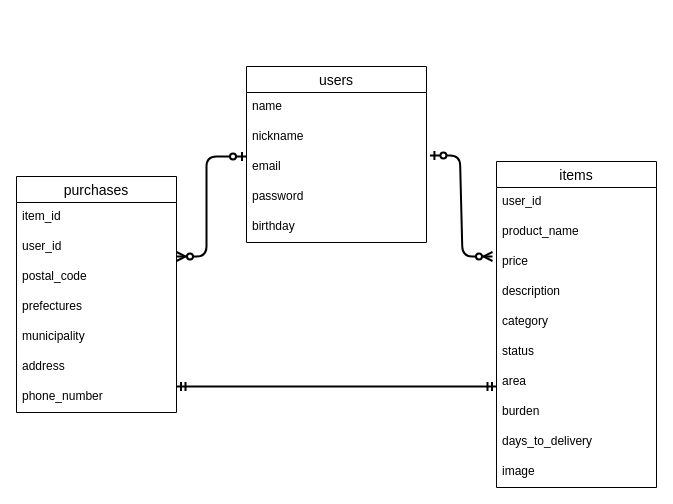
Above: ER.dio in kazukiyoo/furima-34481 (draw.io), before the change. Source tidied: cells renumbered, new cells numbered last; positions are measured from the earlier drawing's top-left corner, leaving out a move shared by most shapes. Both pictures are drawn from the tidied source at 100%, with x=0, y=0 at pixel (16, 66).
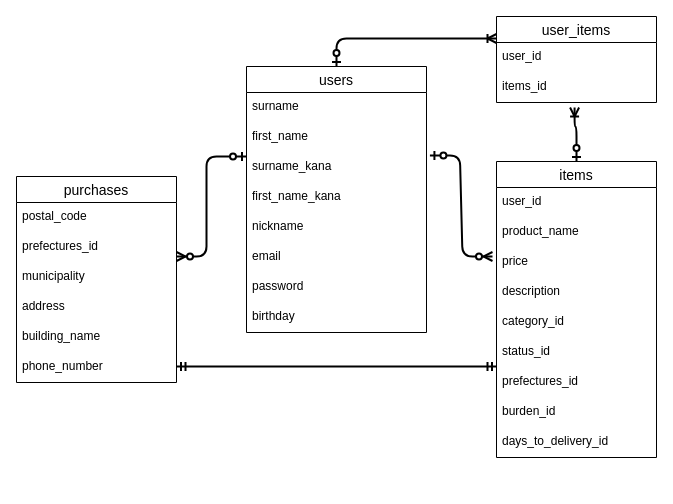
Above is the later version.

Commit message (it also covers changes not shown here):
テーブル設計の修正

Change to the diagram source:
```diff
@@
     <mxCell id="2" value="items" style="swimlane;fontStyle=0;horizontal=1;startSize=26;align=center;fontSize=14;" parent="1" vertex="1">
-      <mxGeometry x="480" y="95" width="160" height="326" as="geometry" />
+      <mxGeometry x="480" y="95" width="160" height="296" as="geometry" />
     </mxCell>
@@
-    <mxCell id="7" value="category" style="text;strokeColor=none;fillColor=none;spacingLeft=4;spacingRight=4;overflow=hidden;fontSize=12;" parent="2" vertex="1">
+    <mxCell id="7" value="category_id" style="text;strokeColor=none;fillColor=none;spacingLeft=4;spacingRight=4;overflow=hidden;fontSize=12;" parent="2" vertex="1">
       <mxGeometry y="146" width="160" height="30" as="geometry" />
     </mxCell>
-    <mxCell id="8" value="status" style="text;strokeColor=none;fillColor=none;spacingLeft=4;spacingRight=4;overflow=hidden;fontSize=12;" parent="2" vertex="1">
+    <mxCell id="8" value="status_id" style="text;strokeColor=none;fillColor=none;spacingLeft=4;spacingRight=4;overflow=hidden;fontSize=12;" parent="2" vertex="1">
       <mxGeometry y="176" width="160" height="30" as="geometry" />
     </mxCell>
-    <mxCell id="9" value="area" style="text;strokeColor=none;fillColor=none;spacingLeft=4;spacingRight=4;overflow=hidden;fontSize=12;" parent="2" vertex="1">
+    <mxCell id="9" value="prefectures_id" style="text;strokeColor=none;fillColor=none;spacingLeft=4;spacingRight=4;overflow=hidden;fontSize=12;" parent="2" vertex="1">
       <mxGeometry y="206" width="160" height="30" as="geometry" />
     </mxCell>
-    <mxCell id="10" value="burden" style="text;strokeColor=none;fillColor=none;spacingLeft=4;spacingRight=4;overflow=hidden;fontSize=12;" parent="2" vertex="1">
+    <mxCell id="10" value="burden_id" style="text;strokeColor=none;fillColor=none;spacingLeft=4;spacingRight=4;overflow=hidden;fontSize=12;" parent="2" vertex="1">
       <mxGeometry y="236" width="160" height="30" as="geometry" />
     </mxCell>
-    <mxCell id="11" value="days_to_delivery" style="text;strokeColor=none;fillColor=none;spacingLeft=4;spacingRight=4;overflow=hidden;fontSize=12;" parent="2" vertex="1">
+    <mxCell id="11" value="days_to_delivery_id" style="text;strokeColor=none;fillColor=none;spacingLeft=4;spacingRight=4;overflow=hidden;fontSize=12;" parent="2" vertex="1">
       <mxGeometry y="266" width="160" height="30" as="geometry" />
     </mxCell>
-    <mxCell id="12" value="image" style="text;strokeColor=none;fillColor=none;spacingLeft=4;spacingRight=4;overflow=hidden;fontSize=12;" parent="2" vertex="1">
-      <mxGeometry y="296" width="160" height="30" as="geometry" />
-    </mxCell>
     <mxCell id="13" value="purchases" style="swimlane;fontStyle=0;horizontal=1;startSize=26;align=center;fontSize=14;" parent="1" vertex="1">
-      <mxGeometry y="110" width="160" height="236" as="geometry" />
+      <mxGeometry y="110" width="160" height="206" as="geometry" />
     </mxCell>
-    <mxCell id="14" value="item_id" style="text;strokeColor=none;fillColor=none;spacingLeft=4;spacingRight=4;overflow=hidden;fontSize=12;" parent="13" vertex="1">
+    <mxCell id="14" value="postal_code" style="text;strokeColor=none;fillColor=none;spacingLeft=4;spacingRight=4;overflow=hidden;fontSize=12;" parent="13" vertex="1">
       <mxGeometry y="26" width="160" height="30" as="geometry" />
     </mxCell>
-    <mxCell id="15" value="user_id" style="text;strokeColor=none;fillColor=none;spacingLeft=4;spacingRight=4;overflow=hidden;fontSize=12;" parent="13" vertex="1">
+    <mxCell id="15" value="prefectures_id" style="text;strokeColor=none;fillColor=none;spacingLeft=4;spacingRight=4;overflow=hidden;fontSize=12;" parent="13" vertex="1">
       <mxGeometry y="56" width="160" height="30" as="geometry" />
     </mxCell>
-    <mxCell id="16" value="postal_code" style="text;strokeColor=none;fillColor=none;spacingLeft=4;spacingRight=4;overflow=hidden;fontSize=12;" parent="13" vertex="1">
-      <mxGeometry y="86" width="160" height="30" as="geometry" />
-    </mxCell>
-    <mxCell id="17" value="prefectures" style="text;strokeColor=none;fillColor=none;spacingLeft=4;spacingRight=4;overflow=hidden;fontSize=12;" parent="13" vertex="1">
-      <mxGeometry y="116" width="160" height="30" as="geometry" />
-    </mxCell>
     <mxCell id="18" value="municipality" style="text;strokeColor=none;fillColor=none;spacingLeft=4;spacingRight=4;overflow=hidden;fontSize=12;" parent="13" vertex="1">
-      <mxGeometry y="146" width="160" height="30" as="geometry" />
+      <mxGeometry y="86" width="160" height="30" as="geometry" />
     </mxCell>
     <mxCell id="19" value="address" style="text;strokeColor=none;fillColor=none;spacingLeft=4;spacingRight=4;overflow=hidden;fontSize=12;" parent="13" vertex="1">
-      <mxGeometry y="176" width="160" height="30" as="geometry" />
+      <mxGeometry y="116" width="160" height="30" as="geometry" />
     </mxCell>
-    <mxCell id="20" value="phone_number" style="text;strokeColor=none;fillColor=none;spacingLeft=4;spacingRight=4;overflow=hidden;fontSize=12;" parent="13" vertex="1">
-      <mxGeometry y="206" width="160" height="30" as="geometry" />
+    <mxCell id="20" value="building_name" style="text;strokeColor=none;fillColor=none;spacingLeft=4;spacingRight=4;overflow=hidden;fontSize=12;" parent="13" vertex="1">
+      <mxGeometry y="146" width="160" height="30" as="geometry" />
     </mxCell>
+    <mxCell id="30" value="phone_number" style="text;strokeColor=none;fillColor=none;spacingLeft=4;spacingRight=4;overflow=hidden;fontSize=12;" parent="13" vertex="1">
+      <mxGeometry y="176" width="160" height="30" as="geometry" />
+    </mxCell>
     <mxCell id="21" value="users" style="swimlane;fontStyle=0;horizontal=1;startSize=26;align=center;fontSize=14;" parent="1" vertex="1">
-      <mxGeometry x="230" width="180" height="176" as="geometry" />
+      <mxGeometry x="230" width="180" height="266" as="geometry" />
     </mxCell>
-    <mxCell id="22" value="name" style="text;strokeColor=none;fillColor=none;spacingLeft=4;spacingRight=4;overflow=hidden;fontSize=12;" parent="21" vertex="1">
+    <mxCell id="22" value="surname" style="text;strokeColor=none;fillColor=none;spacingLeft=4;spacingRight=4;overflow=hidden;fontSize=12;" parent="21" vertex="1">
       <mxGeometry y="26" width="180" height="30" as="geometry" />
     </mxCell>
-    <mxCell id="23" value="nickname" style="text;strokeColor=none;fillColor=none;spacingLeft=4;spacingRight=4;overflow=hidden;fontSize=12;" parent="21" vertex="1">
+    <mxCell id="23" value="first_name" style="text;strokeColor=none;fillColor=none;spacingLeft=4;spacingRight=4;overflow=hidden;fontSize=12;" parent="21" vertex="1">
       <mxGeometry y="56" width="180" height="30" as="geometry" />
     </mxCell>
-    <mxCell id="24" value="email" style="text;strokeColor=none;fillColor=none;spacingLeft=4;spacingRight=4;overflow=hidden;points=[[0,0.5],[1,0.5]];portConstraint=eastwest;fontSize=12;" parent="21" vertex="1">
+    <mxCell id="24" value="surname_kana" style="text;strokeColor=none;fillColor=none;spacingLeft=4;spacingRight=4;overflow=hidden;points=[[0,0.5],[1,0.5]];portConstraint=eastwest;fontSize=12;" parent="21" vertex="1">
       <mxGeometry y="86" width="180" height="30" as="geometry" />
     </mxCell>
-    <mxCell id="25" value="password" style="text;strokeColor=none;fillColor=none;spacingLeft=4;spacingRight=4;overflow=hidden;fontSize=12;" parent="21" vertex="1">
+    <mxCell id="25" value="first_name_kana" style="text;strokeColor=none;fillColor=none;spacingLeft=4;spacingRight=4;overflow=hidden;fontSize=12;" parent="21" vertex="1">
       <mxGeometry y="116" width="180" height="30" as="geometry" />
     </mxCell>
-    <mxCell id="26" value="birthday" style="text;strokeColor=none;fillColor=none;spacingLeft=4;spacingRight=4;overflow=hidden;fontSize=12;" parent="21" vertex="1">
+    <mxCell id="26" value="nickname" style="text;strokeColor=none;fillColor=none;spacingLeft=4;spacingRight=4;overflow=hidden;fontSize=12;" parent="21" vertex="1">
       <mxGeometry y="146" width="180" height="30" as="geometry" />
     </mxCell>
+    <mxCell id="31" value="email" style="text;strokeColor=none;fillColor=none;spacingLeft=4;spacingRight=4;overflow=hidden;fontSize=12;" parent="21" vertex="1">
+      <mxGeometry y="176" width="180" height="30" as="geometry" />
+    </mxCell>
+    <mxCell id="32" value="password" style="text;strokeColor=none;fillColor=none;spacingLeft=4;spacingRight=4;overflow=hidden;fontSize=12;" parent="21" vertex="1">
+      <mxGeometry y="206" width="180" height="30" as="geometry" />
+    </mxCell>
+    <mxCell id="33" value="birthday" style="text;strokeColor=none;fillColor=none;spacingLeft=4;spacingRight=4;overflow=hidden;fontSize=12;" parent="21" vertex="1">
+      <mxGeometry y="236" width="180" height="30" as="geometry" />
+    </mxCell>
@@
     <mxCell id="29" style="edgeStyle=elbowEdgeStyle;fontSize=12;html=1;endArrow=ERmandOne;startArrow=ERmandOne;strokeWidth=2;elbow=vertical;" parent="1" edge="1">
       <mxGeometry relative="1" as="geometry">
-        <mxPoint x="160" y="320" as="sourcePoint" />
-        <mxPoint x="480" y="320" as="targetPoint" />
+        <mxPoint x="160" y="300" as="sourcePoint" />
+        <mxPoint x="480" y="300" as="targetPoint" />
         <Array as="points">
-          <mxPoint x="200" y="320" />
-          <mxPoint x="500" y="314" />
-          <mxPoint x="350" y="314" />
-          <mxPoint x="380" y="314" />
-          <mxPoint x="710" y="404" />
-          <mxPoint x="470" y="384" />
+          <mxPoint x="200" y="300" />
+          <mxPoint x="500" y="294" />
+          <mxPoint x="350" y="294" />
+          <mxPoint x="380" y="294" />
+          <mxPoint x="710" y="384" />
+          <mxPoint x="470" y="364" />
         </Array>
       </mxGeometry>
     </mxCell>
+    <mxCell id="34" value="user_items" style="swimlane;fontStyle=0;horizontal=1;startSize=26;align=center;fontSize=14;" parent="1" vertex="1">
+      <mxGeometry x="480" y="-50" width="160" height="86" as="geometry" />
+    </mxCell>
+    <mxCell id="35" value="user_id" style="text;strokeColor=none;fillColor=none;spacingLeft=4;spacingRight=4;overflow=hidden;fontSize=12;" parent="34" vertex="1">
+      <mxGeometry y="26" width="160" height="30" as="geometry" />
+    </mxCell>
+    <mxCell id="36" value="items_id" style="text;strokeColor=none;fillColor=none;spacingLeft=4;spacingRight=4;overflow=hidden;points=[[0,0.5],[1,0.5]];portConstraint=eastwest;fontSize=12;" parent="34" vertex="1">
+      <mxGeometry y="56" width="160" height="30" as="geometry" />
+    </mxCell>
+    <mxCell id="37" style="edgeStyle=elbowEdgeStyle;fontSize=12;html=1;endArrow=ERoneToMany;startArrow=ERzeroToOne;strokeWidth=2;elbow=vertical;entryX=0;entryY=0.25;entryDx=0;entryDy=0;" parent="1" edge="1" target="34">
+      <mxGeometry relative="1" as="geometry">
+        <mxPoint x="320" as="sourcePoint" />
+        <Array as="points">
+          <mxPoint x="410" y="-28" />
+          <mxPoint x="400" y="-40" />
+        </Array>
+      </mxGeometry>
+    </mxCell>
+    <mxCell id="38" style="edgeStyle=elbowEdgeStyle;fontSize=12;html=1;endArrow=ERoneToMany;startArrow=ERzeroToOne;strokeWidth=2;elbow=vertical;entryX=0.488;entryY=1.167;entryDx=0;entryDy=0;exitX=0.5;exitY=0;exitDx=0;exitDy=0;entryPerimeter=0;" parent="1" edge="1" source="2" target="36">
+      <mxGeometry relative="1" as="geometry">
+        <Array as="points">
+          <mxPoint x="550" y="60" />
+          <mxPoint x="530" y="50" />
+          <mxPoint x="570" y="70" />
+          <mxPoint x="570" y="41" />
+          <mxPoint x="570" y="50" />
+          <mxPoint x="550" y="60.5" />
+          <mxPoint x="540" y="48.5" />
+        </Array>
+      </mxGeometry>
+    </mxCell>
```
